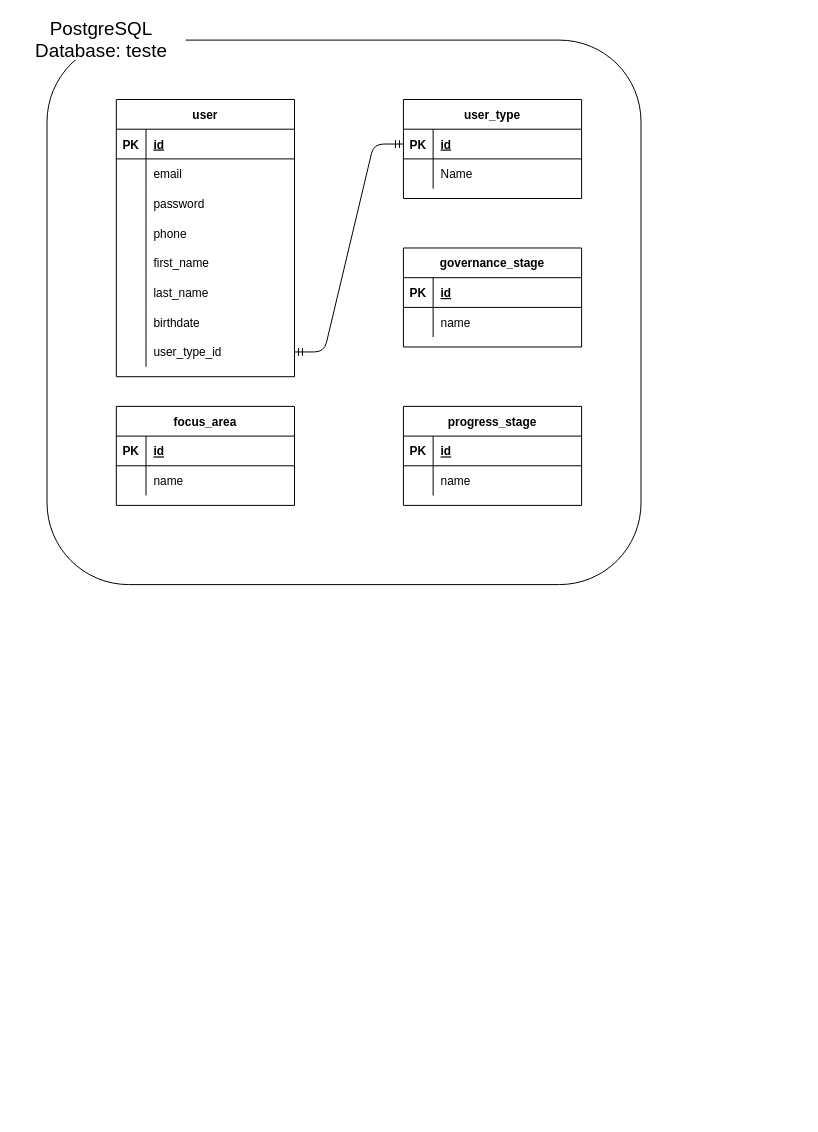
This is documentation/database.drawio from muriloarelhano/go-devrel-backend, a draw.io file, before an edit. Source tidied: cells renumbered, new cells numbered last; positions are measured from the earlier drawing's top-left corner, leaving out a move shared by most shapes. Both pictures are drawn from the tidied source at 99%, with x=0, y=0 at pixel (17, 20).
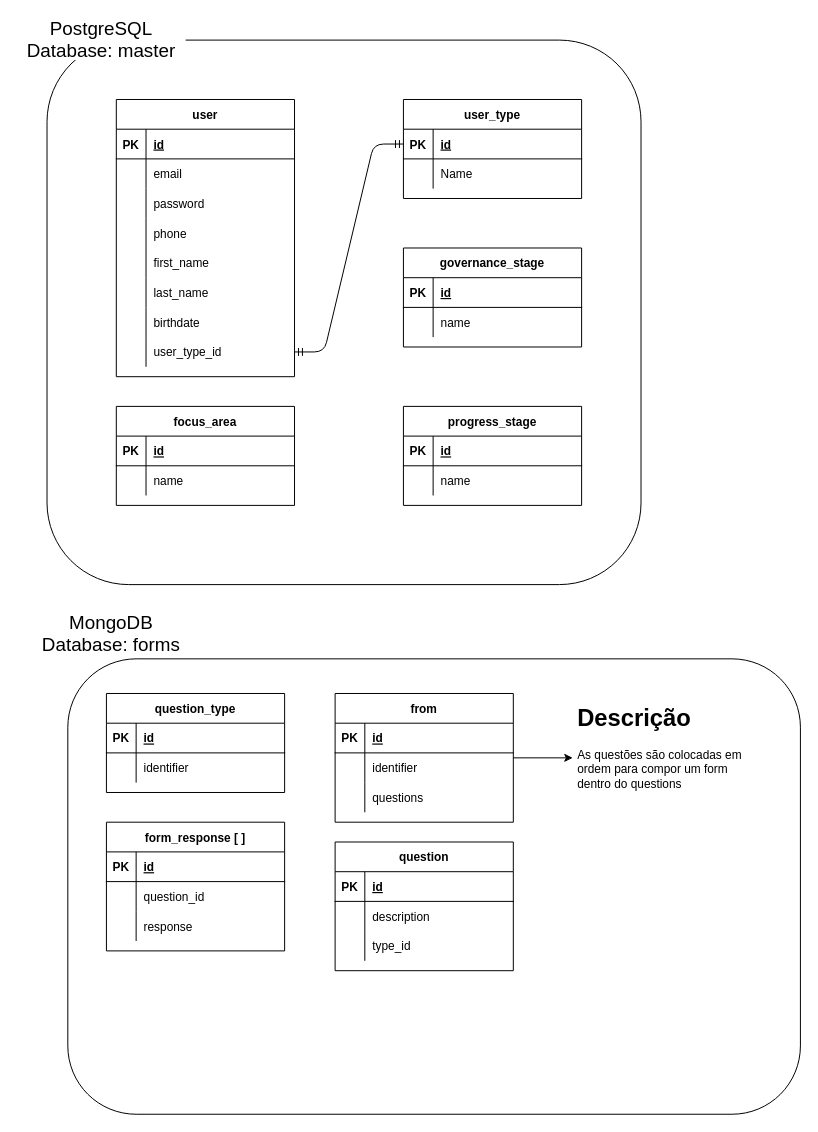
The same diagram, later.

The edit, as a diff of the source:
```diff
@@
-    <mxCell id="35" value="PostgreSQL&lt;br style=&quot;font-size: 19px&quot;&gt;Database: teste" style="text;html=1;align=center;verticalAlign=middle;whiteSpace=wrap;rounded=1;strokeWidth=1;fontSize=19;fillColor=default;perimeterSpacing=1;gradientColor=none;" parent="1" vertex="1">
+    <mxCell id="35" value="PostgreSQL&lt;br style=&quot;font-size: 19px&quot;&gt;Database: master" style="text;html=1;align=center;verticalAlign=middle;whiteSpace=wrap;rounded=1;strokeWidth=1;fontSize=19;fillColor=default;perimeterSpacing=1;gradientColor=none;" parent="1" vertex="1">
       <mxGeometry width="170" height="40" as="geometry" />
     </mxCell>
@@
+    <mxCell id="58" style="rounded=1;whiteSpace=wrap;html=1;fillColor=none;" parent="1" vertex="1">
+      <mxGeometry x="51" y="645" width="740" height="460" as="geometry" />
+    </mxCell>
+    <mxCell id="59" value="MongoDB&lt;br&gt;Database: forms" style="text;html=1;align=center;verticalAlign=middle;whiteSpace=wrap;rounded=1;strokeWidth=1;fontSize=19;fillColor=default;perimeterSpacing=1;gradientColor=none;" parent="1" vertex="1">
+      <mxGeometry x="10" y="600" width="170" height="40" as="geometry" />
+    </mxCell>
+    <mxCell id="60" value="question" style="shape=table;startSize=30;childLayout=tableLayout;rowLines=0;fontStyle=1;align=center;" parent="1" vertex="1">
+      <mxGeometry x="321" y="830" width="180" height="130" as="geometry" />
+    </mxCell>
+    <mxCell id="61" style="shape=partialRectangle;fillColor=none;top=0;left=0;bottom=1;right=0;" parent="60" vertex="1">
+      <mxGeometry y="30" width="180" height="30" as="geometry" />
+    </mxCell>
+    <mxCell id="62" value="PK" style="shape=partialRectangle;fillColor=none;top=0;left=0;bottom=0;right=0;fontStyle=1;overflow=hidden;" parent="61" vertex="1">
+      <mxGeometry width="30" height="30" as="geometry" />
+    </mxCell>
+    <mxCell id="63" value="id" style="shape=partialRectangle;fillColor=none;top=0;left=0;bottom=0;right=0;align=left;spacingLeft=6;fontStyle=5;overflow=hidden;" parent="61" vertex="1">
+      <mxGeometry x="30" width="150" height="30" as="geometry" />
+    </mxCell>
+    <mxCell id="64" style="shape=partialRectangle;fillColor=none;top=0;left=0;bottom=0;right=0;" parent="60" vertex="1">
+      <mxGeometry y="60" width="180" height="30" as="geometry" />
+    </mxCell>
+    <mxCell id="65" style="shape=partialRectangle;fillColor=none;top=0;left=0;bottom=0;right=0;overflow=hidden;" parent="64" vertex="1">
+      <mxGeometry width="30" height="30" as="geometry" />
+    </mxCell>
+    <mxCell id="66" value="description" style="shape=partialRectangle;fillColor=none;top=0;left=0;bottom=0;right=0;align=left;spacingLeft=6;overflow=hidden;" parent="64" vertex="1">
+      <mxGeometry x="30" width="150" height="30" as="geometry" />
+    </mxCell>
+    <mxCell id="67" style="shape=partialRectangle;fillColor=none;top=0;left=0;bottom=0;right=0;" parent="60" vertex="1">
+      <mxGeometry y="90" width="180" height="30" as="geometry" />
+    </mxCell>
+    <mxCell id="68" style="shape=partialRectangle;fillColor=none;top=0;left=0;bottom=0;right=0;overflow=hidden;" parent="67" vertex="1">
+      <mxGeometry width="30" height="30" as="geometry" />
+    </mxCell>
+    <mxCell id="69" value="type_id" style="shape=partialRectangle;fillColor=none;top=0;left=0;bottom=0;right=0;align=left;spacingLeft=6;overflow=hidden;" parent="67" vertex="1">
+      <mxGeometry x="30" width="150" height="30" as="geometry" />
+    </mxCell>
+    <mxCell id="70" style="edgeStyle=none;html=1;entryX=0;entryY=0.5;entryDx=0;entryDy=0;" parent="1" edge="1" source="71" target="81">
+      <mxGeometry relative="1" as="geometry" />
+    </mxCell>
+    <mxCell id="71" value="from" style="shape=table;startSize=30;childLayout=tableLayout;rowLines=0;fontStyle=1;align=center;" parent="1" vertex="1">
+      <mxGeometry x="321" y="680" width="180" height="130" as="geometry" />
+    </mxCell>
+    <mxCell id="72" style="shape=partialRectangle;fillColor=none;top=0;left=0;bottom=1;right=0;" parent="71" vertex="1">
+      <mxGeometry y="30" width="180" height="30" as="geometry" />
+    </mxCell>
+    <mxCell id="73" value="PK" style="shape=partialRectangle;fillColor=none;top=0;left=0;bottom=0;right=0;fontStyle=1;overflow=hidden;" parent="72" vertex="1">
+      <mxGeometry width="30" height="30" as="geometry" />
+    </mxCell>
+    <mxCell id="74" value="id" style="shape=partialRectangle;fillColor=none;top=0;left=0;bottom=0;right=0;align=left;spacingLeft=6;fontStyle=5;overflow=hidden;" parent="72" vertex="1">
+      <mxGeometry x="30" width="150" height="30" as="geometry" />
+    </mxCell>
+    <mxCell id="75" style="shape=partialRectangle;fillColor=none;top=0;left=0;bottom=0;right=0;" parent="71" vertex="1">
+      <mxGeometry y="60" width="180" height="30" as="geometry" />
+    </mxCell>
+    <mxCell id="76" style="shape=partialRectangle;fillColor=none;top=0;left=0;bottom=0;right=0;overflow=hidden;" parent="75" vertex="1">
+      <mxGeometry width="30" height="30" as="geometry" />
+    </mxCell>
+    <mxCell id="77" value="identifier" style="shape=partialRectangle;fillColor=none;top=0;left=0;bottom=0;right=0;align=left;spacingLeft=6;overflow=hidden;" parent="75" vertex="1">
+      <mxGeometry x="30" width="150" height="30" as="geometry" />
+    </mxCell>
+    <mxCell id="78" style="shape=partialRectangle;fillColor=none;top=0;left=0;bottom=0;right=0;" parent="71" vertex="1">
+      <mxGeometry y="90" width="180" height="30" as="geometry" />
+    </mxCell>
+    <mxCell id="79" style="shape=partialRectangle;fillColor=none;top=0;left=0;bottom=0;right=0;overflow=hidden;" parent="78" vertex="1">
+      <mxGeometry width="30" height="30" as="geometry" />
+    </mxCell>
+    <mxCell id="80" value="questions" style="shape=partialRectangle;fillColor=none;top=0;left=0;bottom=0;right=0;align=left;spacingLeft=6;overflow=hidden;" parent="78" vertex="1">
+      <mxGeometry x="30" width="150" height="30" as="geometry" />
+    </mxCell>
+    <mxCell id="81" value="&lt;h1&gt;Descrição&lt;/h1&gt;&lt;div&gt;As questões são colocadas em ordem para compor um form dentro do questions&lt;/div&gt;" style="text;html=1;strokeColor=none;fillColor=none;spacing=5;spacingTop=-20;whiteSpace=wrap;overflow=hidden;rounded=0;" parent="1" vertex="1">
+      <mxGeometry x="561" y="685" width="190" height="120" as="geometry" />
+    </mxCell>
+    <mxCell id="82" value="form_response [ ]" style="shape=table;startSize=30;childLayout=tableLayout;rowLines=0;fontStyle=1;align=center;" parent="1" vertex="1">
+      <mxGeometry x="90" y="810" width="180" height="130" as="geometry" />
+    </mxCell>
+    <mxCell id="83" style="shape=partialRectangle;fillColor=none;top=0;left=0;bottom=1;right=0;" parent="82" vertex="1">
+      <mxGeometry y="30" width="180" height="30" as="geometry" />
+    </mxCell>
+    <mxCell id="84" value="PK" style="shape=partialRectangle;fillColor=none;top=0;left=0;bottom=0;right=0;fontStyle=1;overflow=hidden;" parent="83" vertex="1">
+      <mxGeometry width="30" height="30" as="geometry" />
+    </mxCell>
+    <mxCell id="85" value="id" style="shape=partialRectangle;fillColor=none;top=0;left=0;bottom=0;right=0;align=left;spacingLeft=6;fontStyle=5;overflow=hidden;" parent="83" vertex="1">
+      <mxGeometry x="30" width="150" height="30" as="geometry" />
+    </mxCell>
+    <mxCell id="86" style="shape=partialRectangle;fillColor=none;top=0;left=0;bottom=0;right=0;" parent="82" vertex="1">
+      <mxGeometry y="60" width="180" height="30" as="geometry" />
+    </mxCell>
+    <mxCell id="87" style="shape=partialRectangle;fillColor=none;top=0;left=0;bottom=0;right=0;overflow=hidden;" parent="86" vertex="1">
+      <mxGeometry width="30" height="30" as="geometry" />
+    </mxCell>
+    <mxCell id="88" value="question_id" style="shape=partialRectangle;fillColor=none;top=0;left=0;bottom=0;right=0;align=left;spacingLeft=6;overflow=hidden;" parent="86" vertex="1">
+      <mxGeometry x="30" width="150" height="30" as="geometry" />
+    </mxCell>
+    <mxCell id="89" style="shape=partialRectangle;fillColor=none;top=0;left=0;bottom=0;right=0;" parent="82" vertex="1">
+      <mxGeometry y="90" width="180" height="30" as="geometry" />
+    </mxCell>
+    <mxCell id="90" style="shape=partialRectangle;fillColor=none;top=0;left=0;bottom=0;right=0;overflow=hidden;" parent="89" vertex="1">
+      <mxGeometry width="30" height="30" as="geometry" />
+    </mxCell>
+    <mxCell id="91" value="response" style="shape=partialRectangle;fillColor=none;top=0;left=0;bottom=0;right=0;align=left;spacingLeft=6;overflow=hidden;" parent="89" vertex="1">
+      <mxGeometry x="30" width="150" height="30" as="geometry" />
+    </mxCell>
+    <mxCell id="92" value="question_type" style="shape=table;startSize=30;childLayout=tableLayout;rowLines=0;fontStyle=1;align=center;" parent="1" vertex="1">
+      <mxGeometry x="90" y="680" width="180" height="100" as="geometry" />
+    </mxCell>
+    <mxCell id="93" style="shape=partialRectangle;fillColor=none;top=0;left=0;bottom=1;right=0;" parent="92" vertex="1">
+      <mxGeometry y="30" width="180" height="30" as="geometry" />
+    </mxCell>
+    <mxCell id="94" value="PK" style="shape=partialRectangle;fillColor=none;top=0;left=0;bottom=0;right=0;fontStyle=1;overflow=hidden;" parent="93" vertex="1">
+      <mxGeometry width="30" height="30" as="geometry" />
+    </mxCell>
+    <mxCell id="95" value="id" style="shape=partialRectangle;fillColor=none;top=0;left=0;bottom=0;right=0;align=left;spacingLeft=6;fontStyle=5;overflow=hidden;" parent="93" vertex="1">
+      <mxGeometry x="30" width="150" height="30" as="geometry" />
+    </mxCell>
+    <mxCell id="96" style="shape=partialRectangle;fillColor=none;top=0;left=0;bottom=0;right=0;" parent="92" vertex="1">
+      <mxGeometry y="60" width="180" height="30" as="geometry" />
+    </mxCell>
+    <mxCell id="97" style="shape=partialRectangle;fillColor=none;top=0;left=0;bottom=0;right=0;overflow=hidden;" parent="96" vertex="1">
+      <mxGeometry width="30" height="30" as="geometry" />
+    </mxCell>
+    <mxCell id="98" value="identifier" style="shape=partialRectangle;fillColor=none;top=0;left=0;bottom=0;right=0;align=left;spacingLeft=6;overflow=hidden;" parent="96" vertex="1">
+      <mxGeometry x="30" width="150" height="30" as="geometry" />
+    </mxCell>
```
